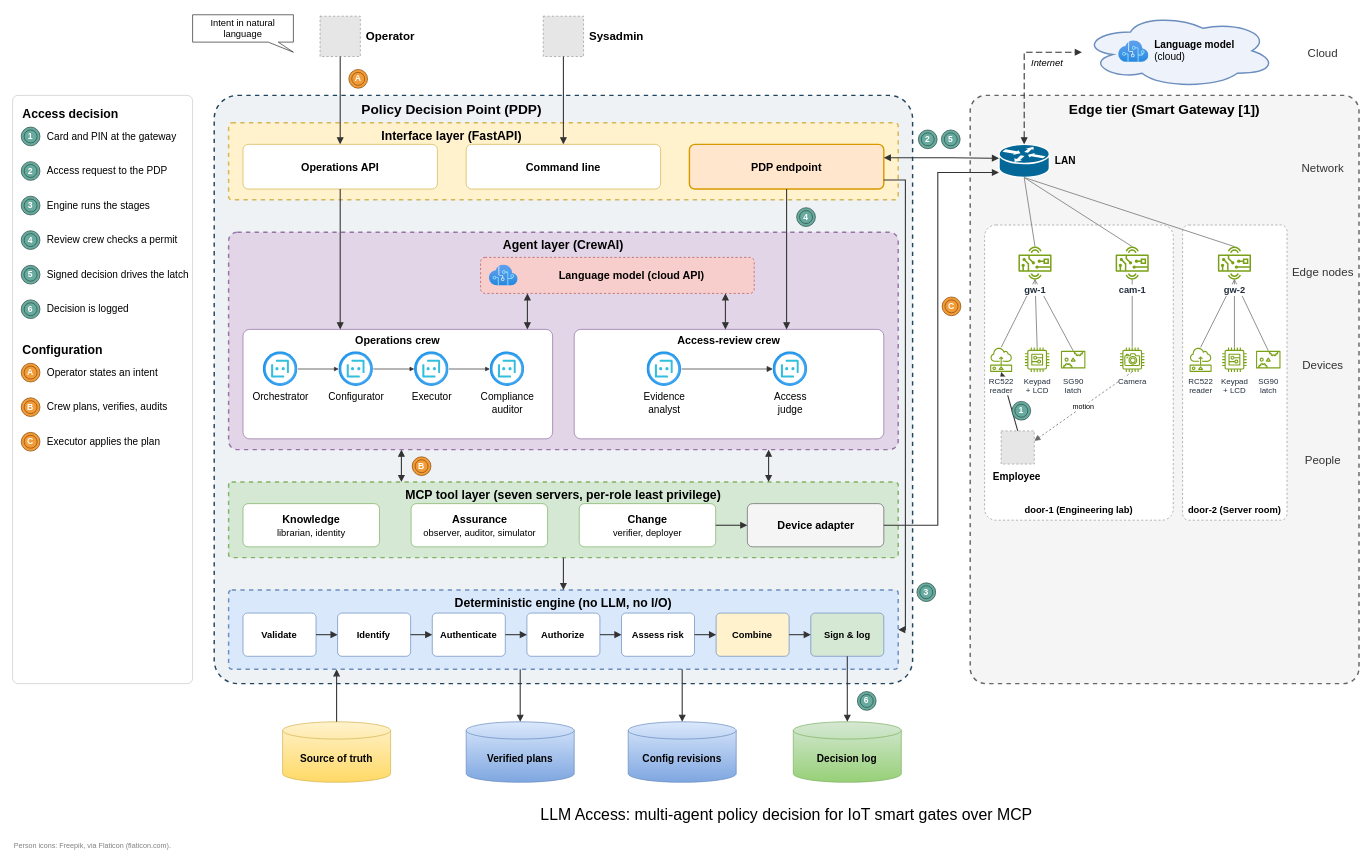
The draw.io diagram docs/architecture.drawio in CICTHackathon/llm-access, before the edit. Source tidied: cells renumbered, new cells numbered last; positions are measured from the earlier drawing's top-left corner, leaving out a move shared by most shapes. Both pictures are drawn from the tidied source at 72%, with x=0, y=0 at pixel (12, 13). Pictures stored in the file or linked from it are replaced by grey dashed boxes.
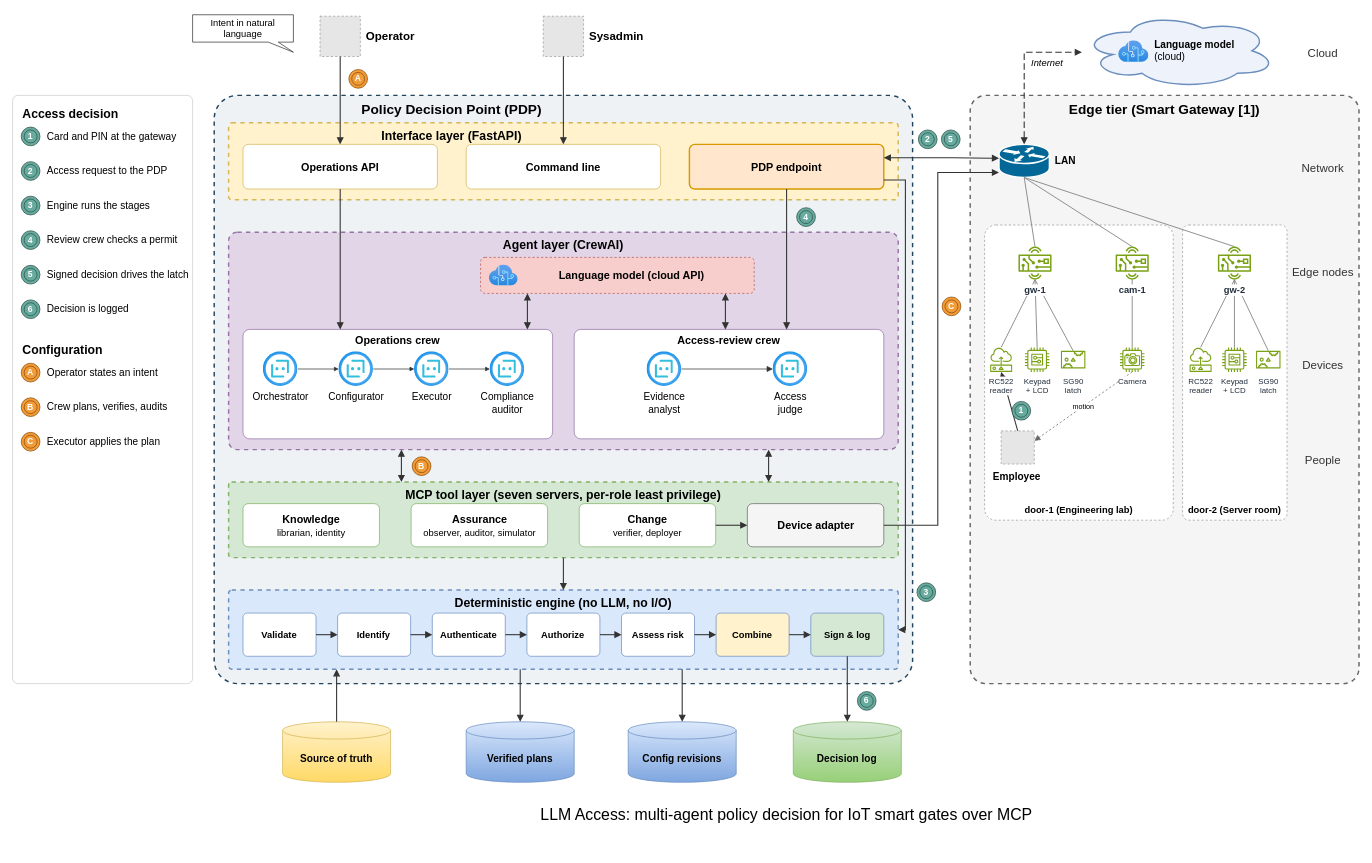
The same page after the edit.

Commit message (it also covers changes not shown here):
docs: trim credits and headline from diagrams

The edit, as a diff of the source:
```diff
@@
-    <mxCell id="134" value="Person icons: Freepik, via Flaticon (flaticon.com)." style="text;html=1;strokeColor=none;fillColor=none;whiteSpace=wrap;fontFamily=Helvetica;fontSize=10;fontColor=#808080;align=left;" parent="1" vertex="1">
-      <mxGeometry y="1144" width="600" height="20" as="geometry" />
-    </mxCell>
```
